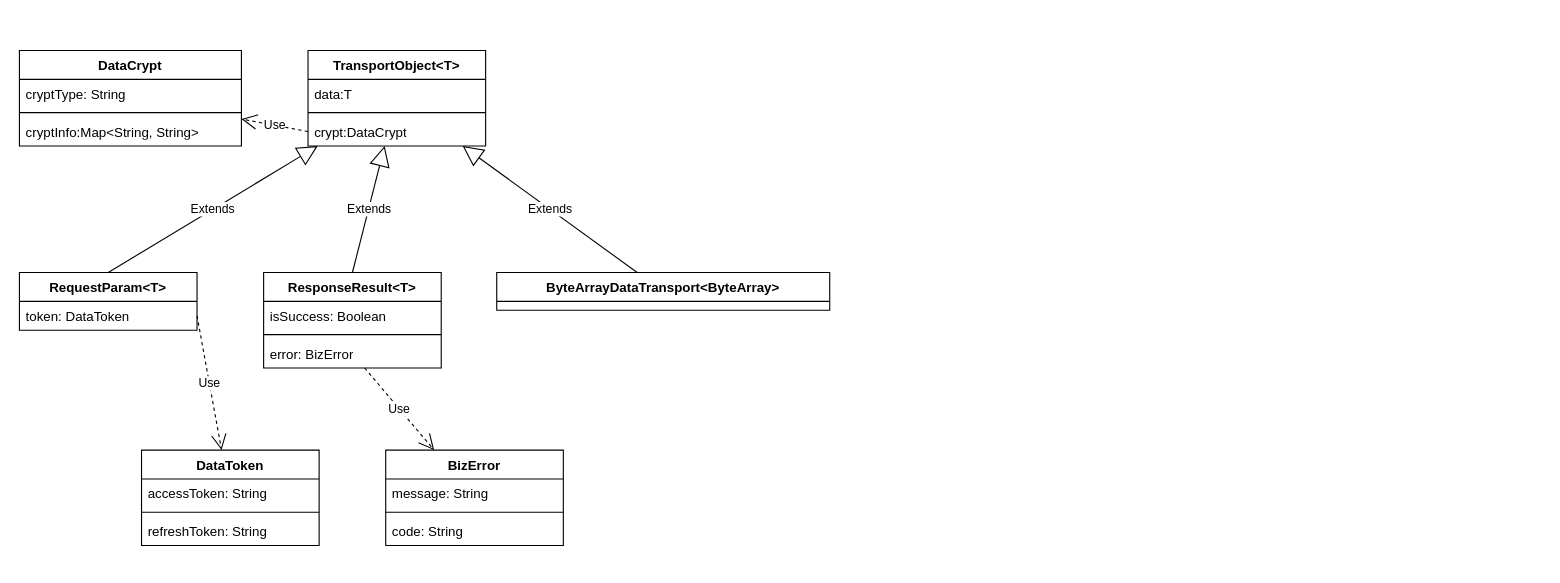
GhostMouse7369/drawio keeps this draw.io diagram as data_crypt.drawio. Above is the earlier version. Source tidied: cells renumbered, new cells numbered last; positions are measured from the earlier drawing's top-left corner, leaving out a move shared by most shapes. Both pictures are drawn from the tidied source at 111%, with x=0, y=0 at pixel (19, 50).
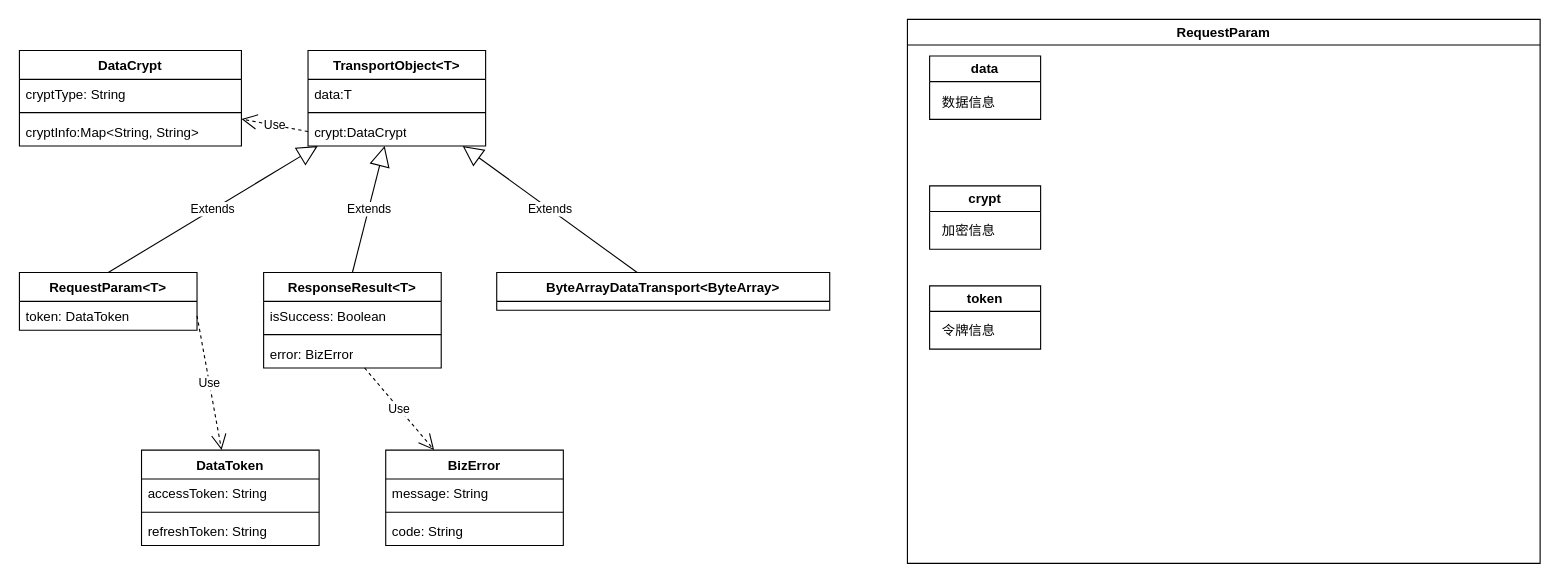
After the change.

Change to the diagram source:
```diff
@@
+    <mxCell id="31" value="RequestParam" style="swimlane;whiteSpace=wrap;html=1;" parent="1" vertex="1">
+      <mxGeometry x="800" y="-28" width="570" height="490" as="geometry" />
+    </mxCell>
+    <mxCell id="32" value="data" style="swimlane;whiteSpace=wrap;html=1;" parent="31" vertex="1">
+      <mxGeometry x="20" y="33" width="100" height="57" as="geometry" />
+    </mxCell>
+    <mxCell id="33" value="数据信息" style="text;html=1;align=center;verticalAlign=middle;strokeColor=none;fillColor=none;" parent="32" vertex="1">
+      <mxGeometry y="27" width="70" height="30" as="geometry" />
+    </mxCell>
+    <mxCell id="34" value="crypt" style="swimlane;whiteSpace=wrap;html=1;" parent="31" vertex="1">
+      <mxGeometry x="20" y="150" width="100" height="57" as="geometry" />
+    </mxCell>
+    <mxCell id="35" value="加密信息" style="text;html=1;align=center;verticalAlign=middle;strokeColor=none;fillColor=none;" parent="34" vertex="1">
+      <mxGeometry y="26" width="70" height="30" as="geometry" />
+    </mxCell>
+    <mxCell id="36" value="token" style="swimlane;whiteSpace=wrap;html=1;" parent="31" vertex="1">
+      <mxGeometry x="20" y="240" width="100" height="57" as="geometry" />
+    </mxCell>
+    <mxCell id="37" value="令牌信息" style="text;html=1;align=center;verticalAlign=middle;strokeColor=none;fillColor=none;" parent="36" vertex="1">
+      <mxGeometry y="26" width="70" height="30" as="geometry" />
+    </mxCell>
```
